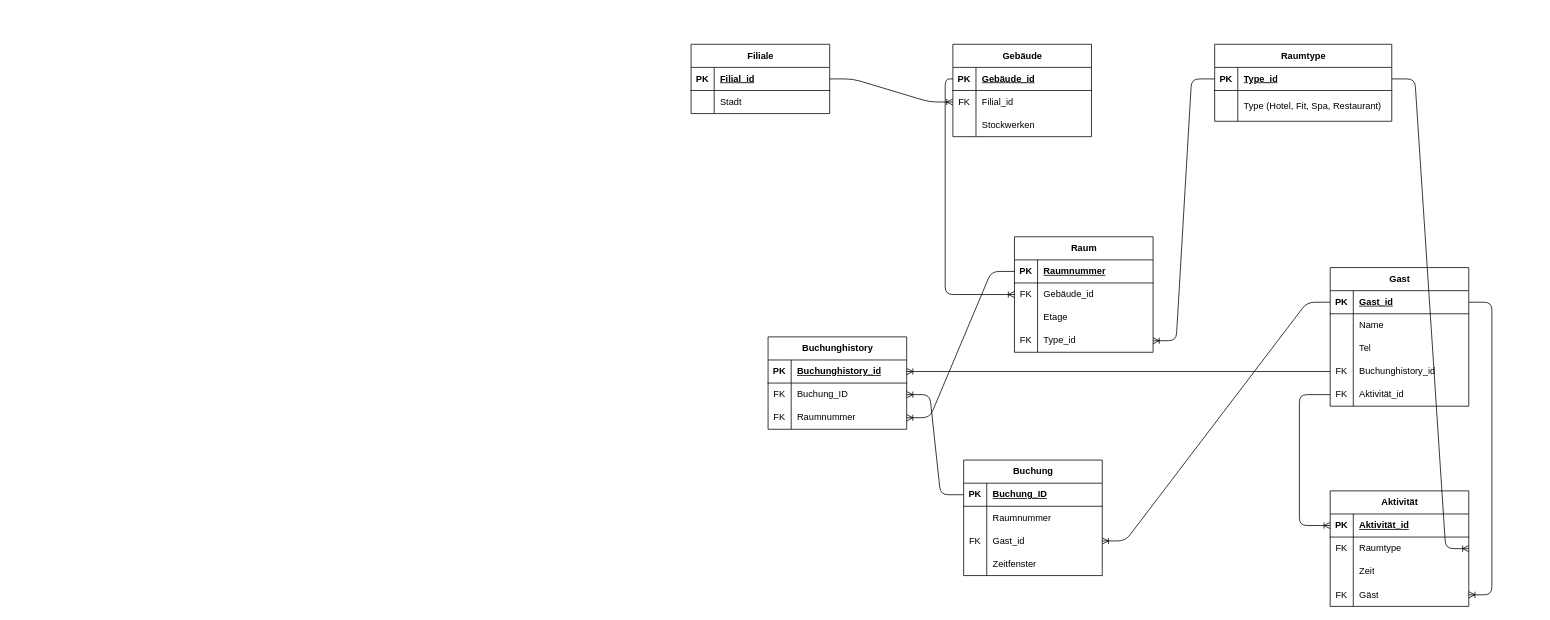
Before: Hotel_ERD/Hotel_ERD.drawio in kiwipineapple/mini-projects, a draw.io diagram. Source tidied: cells renumbered, new cells numbered last; positions are measured from the earlier drawing's top-left corner, leaving out a move shared by most shapes. Both pictures are drawn from the tidied source at 77%, with x=0, y=0 at pixel (691, 44).
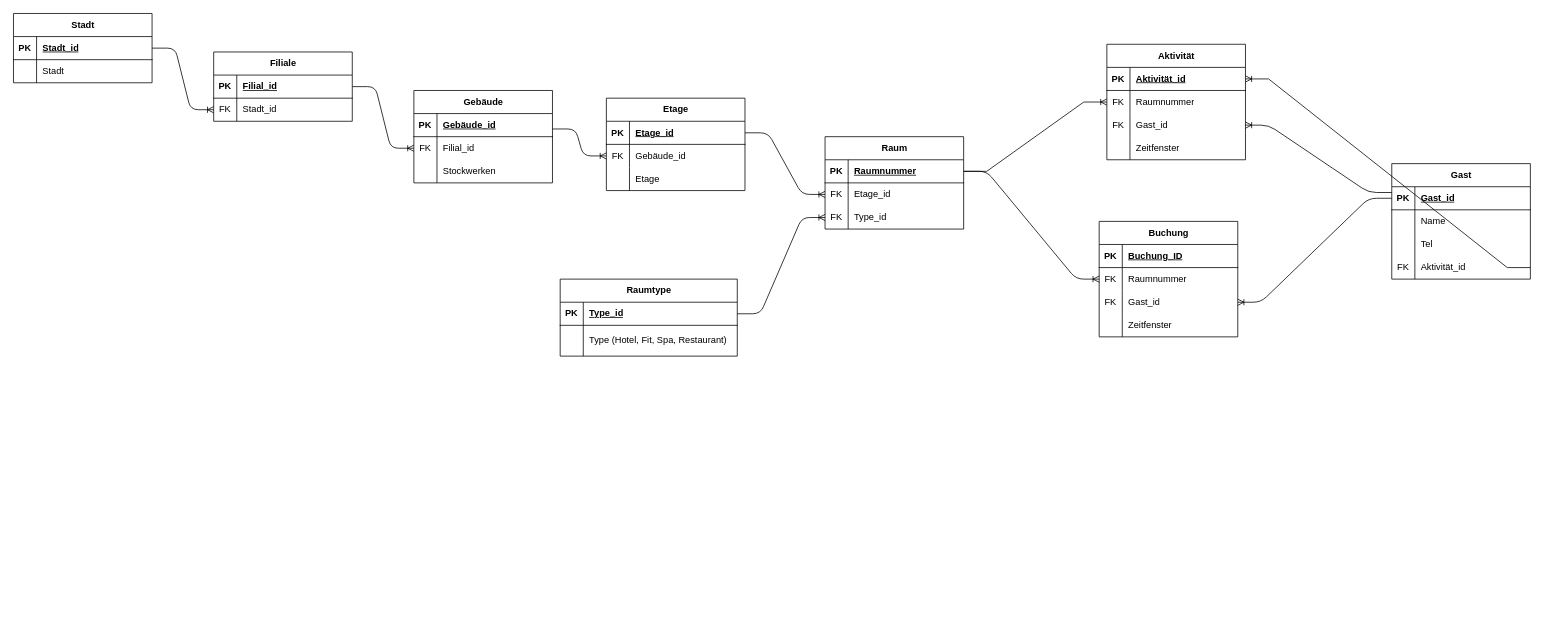
Above is the later version.

Commit message (it also covers changes not shown here):
add Hotel ERD

Unchanged cells that the change refers to:
```xml
<mxCell id="6" style="shape=tableRow;horizontal=0;startSize=0;swimlaneHead=0;swimlaneBody=0;fillColor=none;points=[[0,0.5],[1,0.5]];portConstraint=eastwest;top=0;left=0;right=0;bottom=0;" parent="2" vertex="1">
  <mxGeometry y="60" width="180" height="30" as="geometry" />
</mxCell>
<mxCell id="10" style="shape=tableRow;horizontal=0;startSize=0;swimlaneHead=0;swimlaneBody=0;fillColor=none;points=[[0,0.5],[1,0.5]];portConstraint=eastwest;top=0;left=0;right=0;bottom=1;" parent="9" vertex="1">
  <mxGeometry y="30" width="180" height="30" as="geometry" />
</mxCell>
<mxCell id="20" style="shape=tableRow;horizontal=0;startSize=0;swimlaneHead=0;swimlaneBody=0;fillColor=none;points=[[0,0.5],[1,0.5]];portConstraint=eastwest;top=0;left=0;right=0;bottom=1;" parent="19" vertex="1">
  <mxGeometry y="30" width="230" height="30" as="geometry" />
</mxCell>
<mxCell id="28" style="shape=tableRow;horizontal=0;startSize=0;swimlaneHead=0;swimlaneBody=0;fillColor=none;points=[[0,0.5],[1,0.5]];portConstraint=eastwest;top=0;left=0;right=0;bottom=1;" parent="27" vertex="1">
  <mxGeometry y="30" width="180" height="30" as="geometry" />
</mxCell>
<mxCell id="31" style="shape=tableRow;horizontal=0;startSize=0;swimlaneHead=0;swimlaneBody=0;fillColor=none;points=[[0,0.5],[1,0.5]];portConstraint=eastwest;top=0;left=0;right=0;bottom=0;" parent="27" vertex="1">
  <mxGeometry y="60" width="180" height="30" as="geometry" />
</mxCell>
<mxCell id="59" style="shape=tableRow;horizontal=0;startSize=0;swimlaneHead=0;swimlaneBody=0;fillColor=none;points=[[0,0.5],[1,0.5]];portConstraint=eastwest;top=0;left=0;right=0;bottom=1;" parent="58" vertex="1">
  <mxGeometry y="30" width="180" height="30" as="geometry" />
</mxCell>
<mxCell id="62" style="shape=tableRow;horizontal=0;startSize=0;swimlaneHead=0;swimlaneBody=0;fillColor=none;points=[[0,0.5],[1,0.5]];portConstraint=eastwest;top=0;left=0;right=0;bottom=0;" parent="58" vertex="1">
  <mxGeometry y="60" width="180" height="30" as="geometry" />
</mxCell>
<mxCell id="85" style="shape=tableRow;horizontal=0;startSize=0;swimlaneHead=0;swimlaneBody=0;fillColor=none;points=[[0,0.5],[1,0.5]];portConstraint=eastwest;top=0;left=0;right=0;bottom=1;" parent="84" vertex="1">
  <mxGeometry y="30" width="180" height="30" as="geometry" />
</mxCell>
<mxCell id="88" style="shape=tableRow;horizontal=0;startSize=0;swimlaneHead=0;swimlaneBody=0;fillColor=none;points=[[0,0.5],[1,0.5]];portConstraint=eastwest;top=0;left=0;right=0;bottom=0;" parent="84" vertex="1">
  <mxGeometry y="60" width="180" height="30" as="geometry" />
</mxCell>
<mxCell id="91" style="shape=tableRow;horizontal=0;startSize=0;swimlaneHead=0;swimlaneBody=0;fillColor=none;points=[[0,0.5],[1,0.5]];portConstraint=eastwest;top=0;left=0;right=0;bottom=0;" parent="84" vertex="1">
  <mxGeometry y="90" width="180" height="30" as="geometry" />
</mxCell>
<mxCell id="94" style="shape=tableRow;horizontal=0;startSize=0;swimlaneHead=0;swimlaneBody=0;fillColor=none;points=[[0,0.5],[1,0.5]];portConstraint=eastwest;top=0;left=0;right=0;bottom=0;" parent="84" vertex="1">
  <mxGeometry y="120" width="180" height="30" as="geometry" />
</mxCell>
```

Change to the diagram source:
```diff
@@
     <mxCell id="2" value="Filiale" style="shape=table;startSize=30;childLayout=tableLayout;rowLines=0;fontStyle=1;align=center;html=1;" parent="1" vertex="1">
-      <mxGeometry width="180" height="90" as="geometry" />
+      <mxGeometry x="-620" y="10" width="180" height="90" as="geometry" />
     </mxCell>
@@
-    <mxCell id="7" style="shape=partialRectangle;fillColor=none;top=0;left=0;bottom=0;right=0;overflow=hidden;whiteSpace=wrap;html=1;" parent="6" vertex="1">
+    <mxCell id="7" value="FK" style="shape=partialRectangle;fillColor=none;top=0;left=0;bottom=0;right=0;overflow=hidden;whiteSpace=wrap;html=1;" parent="6" vertex="1">
       <mxGeometry width="30" height="30" as="geometry" />
     </mxCell>
-    <mxCell id="8" value="Stadt" style="shape=partialRectangle;fillColor=none;top=0;left=0;bottom=0;right=0;align=left;spacingLeft=6;overflow=hidden;whiteSpace=wrap;html=1;" parent="6" vertex="1">
+    <mxCell id="8" value="Stadt_id" style="shape=partialRectangle;fillColor=none;top=0;left=0;bottom=0;right=0;align=left;spacingLeft=6;overflow=hidden;whiteSpace=wrap;html=1;" parent="6" vertex="1">
       <mxGeometry x="30" width="150" height="30" as="geometry" />
     </mxCell>
     <mxCell id="9" value="Gebäude" style="shape=table;startSize=30;childLayout=tableLayout;rowLines=0;fontStyle=1;align=center;html=1;" parent="1" vertex="1">
-      <mxGeometry x="340" width="180" height="120" as="geometry" />
+      <mxGeometry x="-360" y="60" width="180" height="120" as="geometry" />
     </mxCell>
@@
     <mxCell id="19" value="Raumtype" style="shape=table;startSize=30;childLayout=tableLayout;rowLines=0;fontStyle=1;align=center;html=1;" parent="1" vertex="1">
-      <mxGeometry x="680" width="230" height="100" as="geometry" />
+      <mxGeometry x="-170" y="305" width="230" height="100" as="geometry" />
     </mxCell>
@@
     <mxCell id="27" value="Raum" style="shape=table;startSize=30;childLayout=tableLayout;rowLines=0;fontStyle=1;align=center;html=1;fillStyle=hatch;" parent="1" vertex="1">
-      <mxGeometry x="420" y="250" width="180" height="150" as="geometry" />
+      <mxGeometry x="174" y="120" width="180" height="120" as="geometry" />
     </mxCell>
@@
-    <mxCell id="33" value="Gebäude_id" style="shape=partialRectangle;fillColor=none;top=0;left=0;bottom=0;right=0;align=left;spacingLeft=6;overflow=hidden;whiteSpace=wrap;html=1;" parent="31" vertex="1">
+    <mxCell id="33" value="Etage_id" style="shape=partialRectangle;fillColor=none;top=0;left=0;bottom=0;right=0;align=left;spacingLeft=6;overflow=hidden;whiteSpace=wrap;html=1;" parent="31" vertex="1">
       <mxGeometry x="30" width="150" height="30" as="geometry" />
     </mxCell>
-    <mxCell id="34" style="shape=tableRow;horizontal=0;startSize=0;swimlaneHead=0;swimlaneBody=0;fillColor=none;top=0;left=0;right=0;bottom=0;" parent="27" vertex="1">
-      <mxGeometry y="90" width="180" height="30" as="geometry" />
-    </mxCell>
-    <mxCell id="35" style="shape=partialRectangle;fillColor=none;top=0;left=0;bottom=0;right=0;overflow=hidden;whiteSpace=wrap;html=1;" parent="34" vertex="1">
-      <mxGeometry width="30" height="30" as="geometry" />
-    </mxCell>
-    <mxCell id="36" value="Etage" style="shape=partialRectangle;fillColor=none;top=0;left=0;bottom=0;right=0;align=left;spacingLeft=6;overflow=hidden;whiteSpace=wrap;html=1;" parent="34" vertex="1">
-      <mxGeometry x="30" width="150" height="30" as="geometry" />
-    </mxCell>
     <mxCell id="37" style="shape=tableRow;horizontal=0;startSize=0;swimlaneHead=0;swimlaneBody=0;fillColor=none;points=[[0,0.5],[1,0.5]];portConstraint=eastwest;top=0;left=0;right=0;bottom=0;" parent="27" vertex="1">
-      <mxGeometry y="120" width="180" height="30" as="geometry" />
+      <mxGeometry y="90" width="180" height="30" as="geometry" />
     </mxCell>
@@
-    <mxCell id="40" style="edgeStyle=orthogonalEdgeStyle;fontSize=12;html=1;endArrow=ERoneToMany;rounded=1;exitX=0;exitY=0.5;exitDx=0;exitDy=0;entryX=0;entryY=0.5;entryDx=0;entryDy=0;" parent="1" edge="1" source="10" target="31">
-      <mxGeometry relative="1" as="geometry" />
-    </mxCell>
-    <mxCell id="41" style="edgeStyle=entityRelationEdgeStyle;fontSize=12;html=1;endArrow=ERoneToMany;rounded=1;exitX=0;exitY=0.5;exitDx=0;exitDy=0;entryX=1;entryY=0.5;entryDx=0;entryDy=0;curved=0;" parent="1" edge="1" source="20" target="37">
+    <mxCell id="41" style="edgeStyle=entityRelationEdgeStyle;fontSize=12;html=1;endArrow=ERoneToMany;rounded=1;entryX=0;entryY=0.5;entryDx=0;entryDy=0;curved=0;" parent="1" edge="1" source="20" target="37">
       <mxGeometry relative="1" as="geometry" />
     </mxCell>
     <mxCell id="42" value="Gast" style="shape=table;startSize=30;childLayout=tableLayout;rowLines=0;fontStyle=1;align=center;html=1;" parent="1" vertex="1">
-      <mxGeometry x="830" y="290" width="180" height="180" as="geometry" />
+      <mxGeometry x="910" y="155" width="180" height="150" as="geometry" />
     </mxCell>
@@
-    <mxCell id="52" style="shape=tableRow;horizontal=0;startSize=0;swimlaneHead=0;swimlaneBody=0;fillColor=none;points=[[0,0.5],[1,0.5]];portConstraint=eastwest;top=0;left=0;right=0;bottom=0;" parent="42" vertex="1">
-      <mxGeometry y="120" width="180" height="30" as="geometry" />
-    </mxCell>
-    <mxCell id="53" value="FK" style="shape=partialRectangle;fillColor=none;top=0;left=0;bottom=0;right=0;overflow=hidden;whiteSpace=wrap;html=1;" parent="52" vertex="1">
-      <mxGeometry width="30" height="30" as="geometry" />
-    </mxCell>
-    <mxCell id="54" value="Buchunghistory_id" style="shape=partialRectangle;fillColor=none;top=0;left=0;bottom=0;right=0;align=left;spacingLeft=6;overflow=hidden;whiteSpace=wrap;html=1;" parent="52" vertex="1">
-      <mxGeometry x="30" width="150" height="30" as="geometry" />
-    </mxCell>
     <mxCell id="55" style="shape=tableRow;horizontal=0;startSize=0;swimlaneHead=0;swimlaneBody=0;fillColor=none;points=[[0,0.5],[1,0.5]];portConstraint=eastwest;top=0;left=0;right=0;bottom=0;" parent="42" vertex="1">
-      <mxGeometry y="150" width="180" height="30" as="geometry" />
+      <mxGeometry y="120" width="180" height="30" as="geometry" />
     </mxCell>
@@
     <mxCell id="58" value="Buchung" style="shape=table;startSize=30;childLayout=tableLayout;rowLines=0;fontStyle=1;align=center;html=1;" parent="1" vertex="1">
-      <mxGeometry x="354" y="540" width="180" height="150" as="geometry" />
+      <mxGeometry x="530" y="230" width="180" height="150" as="geometry" />
     </mxCell>
@@
-    <mxCell id="63" style="shape=partialRectangle;fillColor=none;top=0;left=0;bottom=0;right=0;overflow=hidden;whiteSpace=wrap;html=1;" parent="62" vertex="1">
+    <mxCell id="63" value="FK" style="shape=partialRectangle;fillColor=none;top=0;left=0;bottom=0;right=0;overflow=hidden;whiteSpace=wrap;html=1;" parent="62" vertex="1">
       <mxGeometry width="30" height="30" as="geometry" />
     </mxCell>
@@
-    <mxCell id="72" value="Buchunghistory" style="shape=table;startSize=30;childLayout=tableLayout;rowLines=0;fontStyle=1;align=center;html=1;" parent="1" vertex="1">
-      <mxGeometry x="100" y="380" width="180" height="120" as="geometry" />
-    </mxCell>
-    <mxCell id="73" style="shape=tableRow;horizontal=0;startSize=0;swimlaneHead=0;swimlaneBody=0;fillColor=none;points=[[0,0.5],[1,0.5]];portConstraint=eastwest;top=0;left=0;right=0;bottom=1;" parent="72" vertex="1">
-      <mxGeometry y="30" width="180" height="30" as="geometry" />
-    </mxCell>
-    <mxCell id="74" value="PK" style="shape=partialRectangle;fillColor=none;top=0;left=0;bottom=0;right=0;fontStyle=1;overflow=hidden;whiteSpace=wrap;html=1;" parent="73" vertex="1">
-      <mxGeometry width="30" height="30" as="geometry" />
-    </mxCell>
-    <mxCell id="75" value="Buchunghistory_id" style="shape=partialRectangle;fillColor=none;top=0;left=0;bottom=0;right=0;align=left;spacingLeft=6;fontStyle=5;overflow=hidden;whiteSpace=wrap;html=1;" parent="73" vertex="1">
-      <mxGeometry x="30" width="150" height="30" as="geometry" />
-    </mxCell>
-    <mxCell id="76" style="shape=tableRow;horizontal=0;startSize=0;swimlaneHead=0;swimlaneBody=0;fillColor=none;points=[[0,0.5],[1,0.5]];portConstraint=eastwest;top=0;left=0;right=0;bottom=0;" parent="72" vertex="1">
-      <mxGeometry y="60" width="180" height="30" as="geometry" />
-    </mxCell>
-    <mxCell id="77" value="FK" style="shape=partialRectangle;fillColor=none;top=0;left=0;bottom=0;right=0;overflow=hidden;whiteSpace=wrap;html=1;" parent="76" vertex="1">
-      <mxGeometry width="30" height="30" as="geometry" />
-    </mxCell>
-    <mxCell id="78" value="Buchung_ID" style="shape=partialRectangle;fillColor=none;top=0;left=0;bottom=0;right=0;align=left;spacingLeft=6;overflow=hidden;whiteSpace=wrap;html=1;" parent="76" vertex="1">
-      <mxGeometry x="30" width="150" height="30" as="geometry" />
-    </mxCell>
-    <mxCell id="79" style="shape=tableRow;horizontal=0;startSize=0;swimlaneHead=0;swimlaneBody=0;fillColor=none;points=[[0,0.5],[1,0.5]];portConstraint=eastwest;top=0;left=0;right=0;bottom=0;" parent="72" vertex="1">
-      <mxGeometry y="90" width="180" height="30" as="geometry" />
-    </mxCell>
-    <mxCell id="80" value="FK" style="shape=partialRectangle;fillColor=none;top=0;left=0;bottom=0;right=0;overflow=hidden;whiteSpace=wrap;html=1;" parent="79" vertex="1">
-      <mxGeometry width="30" height="30" as="geometry" />
-    </mxCell>
-    <mxCell id="81" value="Raumnummer" style="shape=partialRectangle;fillColor=none;top=0;left=0;bottom=0;right=0;align=left;spacingLeft=6;overflow=hidden;whiteSpace=wrap;html=1;" parent="79" vertex="1">
-      <mxGeometry x="30" width="150" height="30" as="geometry" />
-    </mxCell>
-    <mxCell id="82" style="edgeStyle=entityRelationEdgeStyle;fontSize=12;html=1;endArrow=ERoneToMany;rounded=1;exitX=0;exitY=0.5;exitDx=0;exitDy=0;entryX=1;entryY=0.5;entryDx=0;entryDy=0;curved=0;" parent="1" edge="1" source="59" target="76">
-      <mxGeometry relative="1" as="geometry" />
-    </mxCell>
-    <mxCell id="83" style="edgeStyle=entityRelationEdgeStyle;fontSize=12;html=1;endArrow=ERoneToMany;rounded=1;exitX=0;exitY=0.5;exitDx=0;exitDy=0;entryX=1;entryY=0.5;entryDx=0;entryDy=0;curved=0;" parent="1" edge="1" source="28" target="79">
-      <mxGeometry relative="1" as="geometry" />
-    </mxCell>
     <mxCell id="84" value="Aktivität" style="shape=table;startSize=30;childLayout=tableLayout;rowLines=0;fontStyle=1;align=center;html=1;shadow=0;" parent="1" vertex="1">
-      <mxGeometry x="830" y="580" width="180" height="150" as="geometry" />
+      <mxGeometry x="540" width="180" height="150" as="geometry" />
     </mxCell>
@@
-    <mxCell id="90" value="Raumtype" style="shape=partialRectangle;fillColor=none;top=0;left=0;bottom=0;right=0;align=left;spacingLeft=6;overflow=hidden;whiteSpace=wrap;html=1;" parent="88" vertex="1">
+    <mxCell id="90" value="Raumnummer" style="shape=partialRectangle;fillColor=none;top=0;left=0;bottom=0;right=0;align=left;spacingLeft=6;overflow=hidden;whiteSpace=wrap;html=1;" parent="88" vertex="1">
       <mxGeometry x="30" width="150" height="30" as="geometry" />
     </mxCell>
@@
-    <mxCell id="92" style="shape=partialRectangle;fillColor=none;top=0;left=0;bottom=0;right=0;overflow=hidden;whiteSpace=wrap;html=1;" parent="91" vertex="1">
+    <mxCell id="92" value="FK" style="shape=partialRectangle;fillColor=none;top=0;left=0;bottom=0;right=0;overflow=hidden;whiteSpace=wrap;html=1;" parent="91" vertex="1">
       <mxGeometry width="30" height="30" as="geometry" />
     </mxCell>
-    <mxCell id="93" value="Zeit" style="shape=partialRectangle;fillColor=none;top=0;left=0;bottom=0;right=0;align=left;spacingLeft=6;overflow=hidden;whiteSpace=wrap;html=1;" parent="91" vertex="1">
+    <mxCell id="93" value="Gast_id" style="shape=partialRectangle;fillColor=none;top=0;left=0;bottom=0;right=0;align=left;spacingLeft=6;overflow=hidden;whiteSpace=wrap;html=1;" parent="91" vertex="1">
       <mxGeometry x="30" width="150" height="30" as="geometry" />
     </mxCell>
@@
-    <mxCell id="95" value="FK" style="shape=partialRectangle;fillColor=none;top=0;left=0;bottom=0;right=0;overflow=hidden;whiteSpace=wrap;html=1;" parent="94" vertex="1">
+    <mxCell id="95" style="shape=partialRectangle;fillColor=none;top=0;left=0;bottom=0;right=0;overflow=hidden;whiteSpace=wrap;html=1;" parent="94" vertex="1">
       <mxGeometry width="30" height="30" as="geometry" />
     </mxCell>
-    <mxCell id="96" value="Gäst" style="shape=partialRectangle;fillColor=none;top=0;left=0;bottom=0;right=0;align=left;spacingLeft=6;overflow=hidden;whiteSpace=wrap;html=1;" parent="94" vertex="1">
+    <mxCell id="96" value="Zeitfenster" style="shape=partialRectangle;fillColor=none;top=0;left=0;bottom=0;right=0;align=left;spacingLeft=6;overflow=hidden;whiteSpace=wrap;html=1;" parent="94" vertex="1">
       <mxGeometry x="30" width="150" height="30" as="geometry" />
     </mxCell>
-    <mxCell id="97" style="edgeStyle=entityRelationEdgeStyle;fontSize=12;html=1;endArrow=ERoneToMany;rounded=1;entryX=1;entryY=0.5;entryDx=0;entryDy=0;exitX=1;exitY=0.5;exitDx=0;exitDy=0;curved=0;" parent="1" edge="1" source="20" target="84">
-      <mxGeometry relative="1" as="geometry" />
-    </mxCell>
-    <mxCell id="98" style="edgeStyle=entityRelationEdgeStyle;fontSize=12;html=1;endArrow=ERoneToMany;rounded=1;entryX=1;entryY=0.5;entryDx=0;entryDy=0;exitX=1;exitY=0.25;exitDx=0;exitDy=0;curved=0;" parent="1" edge="1" source="42" target="94">
+    <mxCell id="98" style="edgeStyle=entityRelationEdgeStyle;fontSize=12;html=1;endArrow=ERoneToMany;rounded=1;entryX=1;entryY=0.5;entryDx=0;entryDy=0;exitX=0;exitY=0.25;exitDx=0;exitDy=0;curved=0;" parent="1" edge="1" source="42" target="91">
       <mxGeometry relative="1" as="geometry" />
     </mxCell>
+    <mxCell id="101" style="edgeStyle=entityRelationEdgeStyle;fontSize=12;html=1;endArrow=ERoneToMany;rounded=1;entryX=0;entryY=0.5;entryDx=0;entryDy=0;curved=0;" parent="1" edge="1" target="116">
+      <mxGeometry relative="1" as="geometry">
+        <mxPoint x="-180" y="110" as="sourcePoint" />
+      </mxGeometry>
+    </mxCell>
-    <mxCell id="99" style="edgeStyle=orthogonalEdgeStyle;fontSize=12;html=1;endArrow=ERoneToMany;rounded=1;entryX=0;entryY=0.5;entryDx=0;entryDy=0;exitX=0;exitY=0.5;exitDx=0;exitDy=0;" parent="1" edge="1" source="55" target="85">
-      <mxGeometry relative="1" as="geometry">
-        <Array as="points">
-          <mxPoint x="790" y="455" />
-          <mxPoint x="790" y="625" />
-        </Array>
-      </mxGeometry>
+    <mxCell id="99" style="edgeStyle=entityRelationEdgeStyle;fontSize=12;html=1;endArrow=ERoneToMany;rounded=0;entryX=1;entryY=0.5;entryDx=0;entryDy=0;exitX=1;exitY=0.5;exitDx=0;exitDy=0;" parent="1" edge="1" source="55" target="85">
+      <mxGeometry relative="1" as="geometry" />
     </mxCell>
-    <mxCell id="100" style="edgeStyle=entityRelationEdgeStyle;fontSize=12;html=1;endArrow=ERoneToMany;rounded=0;entryX=1;entryY=0.5;entryDx=0;entryDy=0;exitX=0;exitY=0.5;exitDx=0;exitDy=0;" parent="1" edge="1" source="52" target="73">
-      <mxGeometry relative="1" as="geometry" />
-    </mxCell>
+    <mxCell id="102" style="edgeStyle=entityRelationEdgeStyle;fontSize=12;html=1;endArrow=ERoneToMany;rounded=1;exitX=1;exitY=0.5;exitDx=0;exitDy=0;entryX=0;entryY=0.5;entryDx=0;entryDy=0;curved=0;" parent="1" edge="1" source="28" target="62">
+      <mxGeometry relative="1" as="geometry" />
+    </mxCell>
+    <mxCell id="103" style="edgeStyle=entityRelationEdgeStyle;fontSize=12;html=1;endArrow=ERoneToMany;rounded=0;entryX=0;entryY=0.5;entryDx=0;entryDy=0;exitX=1;exitY=0.5;exitDx=0;exitDy=0;" parent="1" edge="1" source="28" target="88">
+      <mxGeometry relative="1" as="geometry" />
+    </mxCell>
+    <mxCell id="104" value="Stadt" style="shape=table;startSize=30;childLayout=tableLayout;rowLines=0;fontStyle=1;align=center;html=1;" parent="1" vertex="1">
+      <mxGeometry x="-880" y="-40" width="180" height="90" as="geometry" />
+    </mxCell>
+    <mxCell id="105" style="shape=tableRow;horizontal=0;startSize=0;swimlaneHead=0;swimlaneBody=0;fillColor=none;points=[[0,0.5],[1,0.5]];portConstraint=eastwest;top=0;left=0;right=0;bottom=1;" parent="104" vertex="1">
+      <mxGeometry y="30" width="180" height="30" as="geometry" />
+    </mxCell>
+    <mxCell id="106" value="PK" style="shape=partialRectangle;fillColor=none;top=0;left=0;bottom=0;right=0;fontStyle=1;overflow=hidden;whiteSpace=wrap;html=1;" parent="105" vertex="1">
+      <mxGeometry width="30" height="30" as="geometry" />
+    </mxCell>
+    <mxCell id="107" value="Stadt_id" style="shape=partialRectangle;fillColor=none;top=0;left=0;bottom=0;right=0;align=left;spacingLeft=6;fontStyle=5;overflow=hidden;whiteSpace=wrap;html=1;" parent="105" vertex="1">
+      <mxGeometry x="30" width="150" height="30" as="geometry" />
+    </mxCell>
+    <mxCell id="108" style="shape=tableRow;horizontal=0;startSize=0;swimlaneHead=0;swimlaneBody=0;fillColor=none;top=0;left=0;right=0;bottom=0;" parent="104" vertex="1">
+      <mxGeometry y="60" width="180" height="30" as="geometry" />
+    </mxCell>
+    <mxCell id="109" style="shape=partialRectangle;fillColor=none;top=0;left=0;bottom=0;right=0;overflow=hidden;whiteSpace=wrap;html=1;" parent="108" vertex="1">
+      <mxGeometry width="30" height="30" as="geometry" />
+    </mxCell>
+    <mxCell id="110" value="Stadt" style="shape=partialRectangle;fillColor=none;top=0;left=0;bottom=0;right=0;align=left;spacingLeft=6;overflow=hidden;whiteSpace=wrap;html=1;" parent="108" vertex="1">
+      <mxGeometry x="30" width="150" height="30" as="geometry" />
+    </mxCell>
+    <mxCell id="111" style="edgeStyle=entityRelationEdgeStyle;fontSize=12;html=1;endArrow=ERoneToMany;rounded=1;exitX=1;exitY=0.5;exitDx=0;exitDy=0;entryX=0;entryY=0.5;entryDx=0;entryDy=0;curved=0;" parent="1" edge="1" source="105" target="6">
+      <mxGeometry relative="1" as="geometry" />
+    </mxCell>
+    <mxCell id="112" value="Etage" style="shape=table;startSize=30;childLayout=tableLayout;rowLines=0;fontStyle=1;align=center;html=1;" parent="1" vertex="1">
+      <mxGeometry x="-110" y="70" width="180" height="120" as="geometry" />
+    </mxCell>
+    <mxCell id="113" style="shape=tableRow;horizontal=0;startSize=0;swimlaneHead=0;swimlaneBody=0;fillColor=none;points=[[0,0.5],[1,0.5]];portConstraint=eastwest;top=0;left=0;right=0;bottom=1;" parent="112" vertex="1">
+      <mxGeometry y="30" width="180" height="30" as="geometry" />
+    </mxCell>
+    <mxCell id="114" value="PK" style="shape=partialRectangle;fillColor=none;top=0;left=0;bottom=0;right=0;fontStyle=1;overflow=hidden;whiteSpace=wrap;html=1;" parent="113" vertex="1">
+      <mxGeometry width="30" height="30" as="geometry" />
+    </mxCell>
+    <mxCell id="115" value="Etage_id" style="shape=partialRectangle;fillColor=none;top=0;left=0;bottom=0;right=0;align=left;spacingLeft=6;fontStyle=5;overflow=hidden;whiteSpace=wrap;html=1;" parent="113" vertex="1">
+      <mxGeometry x="30" width="150" height="30" as="geometry" />
+    </mxCell>
+    <mxCell id="116" style="shape=tableRow;horizontal=0;startSize=0;swimlaneHead=0;swimlaneBody=0;fillColor=none;points=[[0,0.5],[1,0.5]];portConstraint=eastwest;top=0;left=0;right=0;bottom=0;" parent="112" vertex="1">
+      <mxGeometry y="60" width="180" height="30" as="geometry" />
+    </mxCell>
+    <mxCell id="117" value="FK" style="shape=partialRectangle;fillColor=none;top=0;left=0;bottom=0;right=0;overflow=hidden;whiteSpace=wrap;html=1;" parent="116" vertex="1">
+      <mxGeometry width="30" height="30" as="geometry" />
+    </mxCell>
+    <mxCell id="118" value="Gebäude_id" style="shape=partialRectangle;fillColor=none;top=0;left=0;bottom=0;right=0;align=left;spacingLeft=6;overflow=hidden;whiteSpace=wrap;html=1;" parent="116" vertex="1">
+      <mxGeometry x="30" width="150" height="30" as="geometry" />
+    </mxCell>
+    <mxCell id="119" style="shape=tableRow;horizontal=0;startSize=0;swimlaneHead=0;swimlaneBody=0;fillColor=none;top=0;left=0;right=0;bottom=0;" parent="112" vertex="1">
+      <mxGeometry y="90" width="180" height="30" as="geometry" />
+    </mxCell>
+    <mxCell id="120" style="shape=partialRectangle;fillColor=none;top=0;left=0;bottom=0;right=0;overflow=hidden;whiteSpace=wrap;html=1;" parent="119" vertex="1">
+      <mxGeometry width="30" height="30" as="geometry" />
+    </mxCell>
+    <mxCell id="36" value="Etage" style="shape=partialRectangle;fillColor=none;top=0;left=0;bottom=0;right=0;align=left;spacingLeft=6;overflow=hidden;whiteSpace=wrap;html=1;" parent="119" vertex="1">
+      <mxGeometry x="30" width="150" height="30" as="geometry" />
+    </mxCell>
+    <mxCell id="121" style="edgeStyle=entityRelationEdgeStyle;fontSize=12;html=1;endArrow=ERoneToMany;rounded=1;entryX=0;entryY=0.5;entryDx=0;entryDy=0;exitX=1;exitY=0.5;exitDx=0;exitDy=0;curved=0;" parent="1" edge="1" source="113" target="31">
+      <mxGeometry relative="1" as="geometry" />
+    </mxCell>
```
